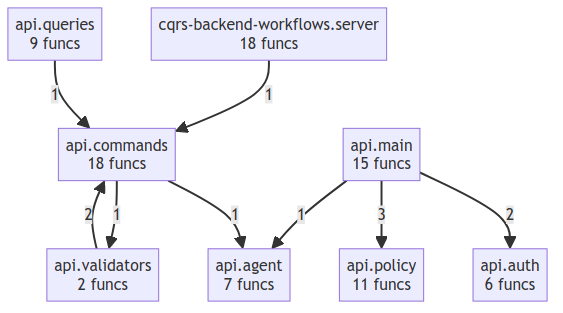
Earlier version of the Mermaid export project/compact_flow.png (semcod/codot). Its source is kept beside it as project/compact_flow.mmd.
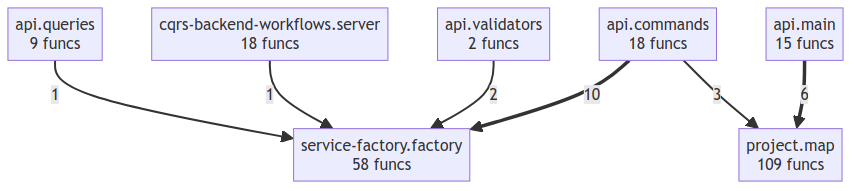
The same file after the commit.

The edit, as a diff of the source:
```diff
@@ -1,17 +1,14 @@
 flowchart TD
-    api__agent["api.agent<br/>7 funcs"]
-    api__auth["api.auth<br/>6 funcs"]
     api__commands["api.commands<br/>18 funcs"]
     api__main["api.main<br/>15 funcs"]
-    api__policy["api.policy<br/>11 funcs"]
     api__queries["api.queries<br/>9 funcs"]
     api__validators["api.validators<br/>2 funcs"]
     cqrs_backend_workflows__server["cqrs-backend-workflows.server<br/>18 funcs"]
-    api__main -->|3| api__policy
-    api__main -->|2| api__auth
-    api__validators -->|2| api__commands
-    cqrs_backend_workflows__server -->|1| api__commands
-    api__main -->|1| api__agent
-    api__commands -->|1| api__validators
-    api__commands -->|1| api__agent
-    api__queries -->|1| api__commands
+    project__map["project.map<br/>109 funcs"]
+    service_factory__factory["service-factory.factory<br/>58 funcs"]
+    api__commands ==>|10| service_factory__factory
+    api__main ==>|6| project__map
+    api__commands -->|3| project__map
+    api__validators -->|2| service_factory__factory
+    cqrs_backend_workflows__server -->|1| service_factory__factory
+    api__queries -->|1| service_factory__factory
```
